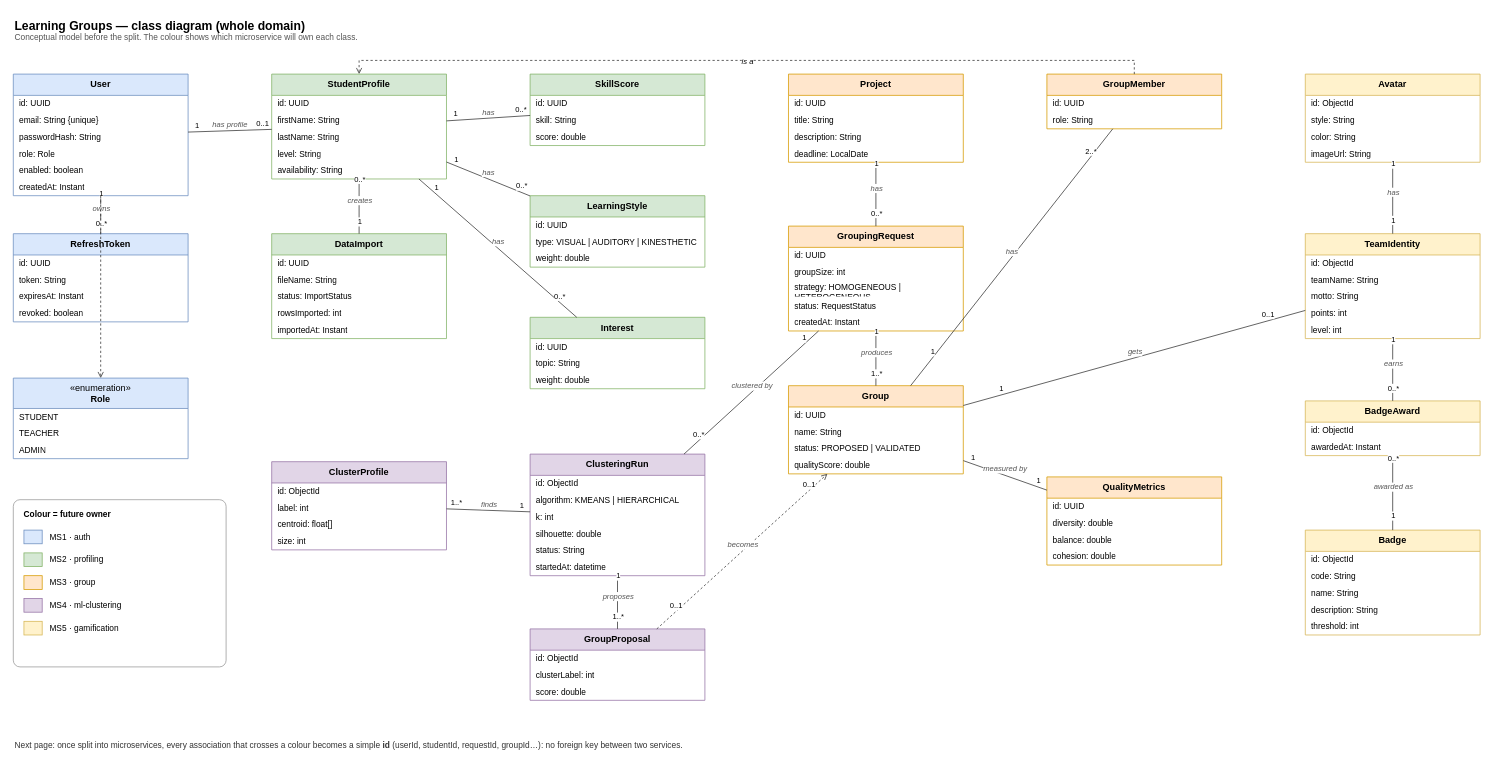
Before: page "class-diagram" (2 of 3) of Documentation/Diagrams/microservices/microservices.drawio in boshbosh2025/AGCP_4DAS_I10_G1, a draw.io diagram. Source tidied: cells renumbered, new cells numbered last; positions are measured from the earlier drawing's top-left corner, leaving out a move shared by most shapes. Both pictures are drawn from the tidied source at 76%, with x=0, y=0 at pixel (13, 13).
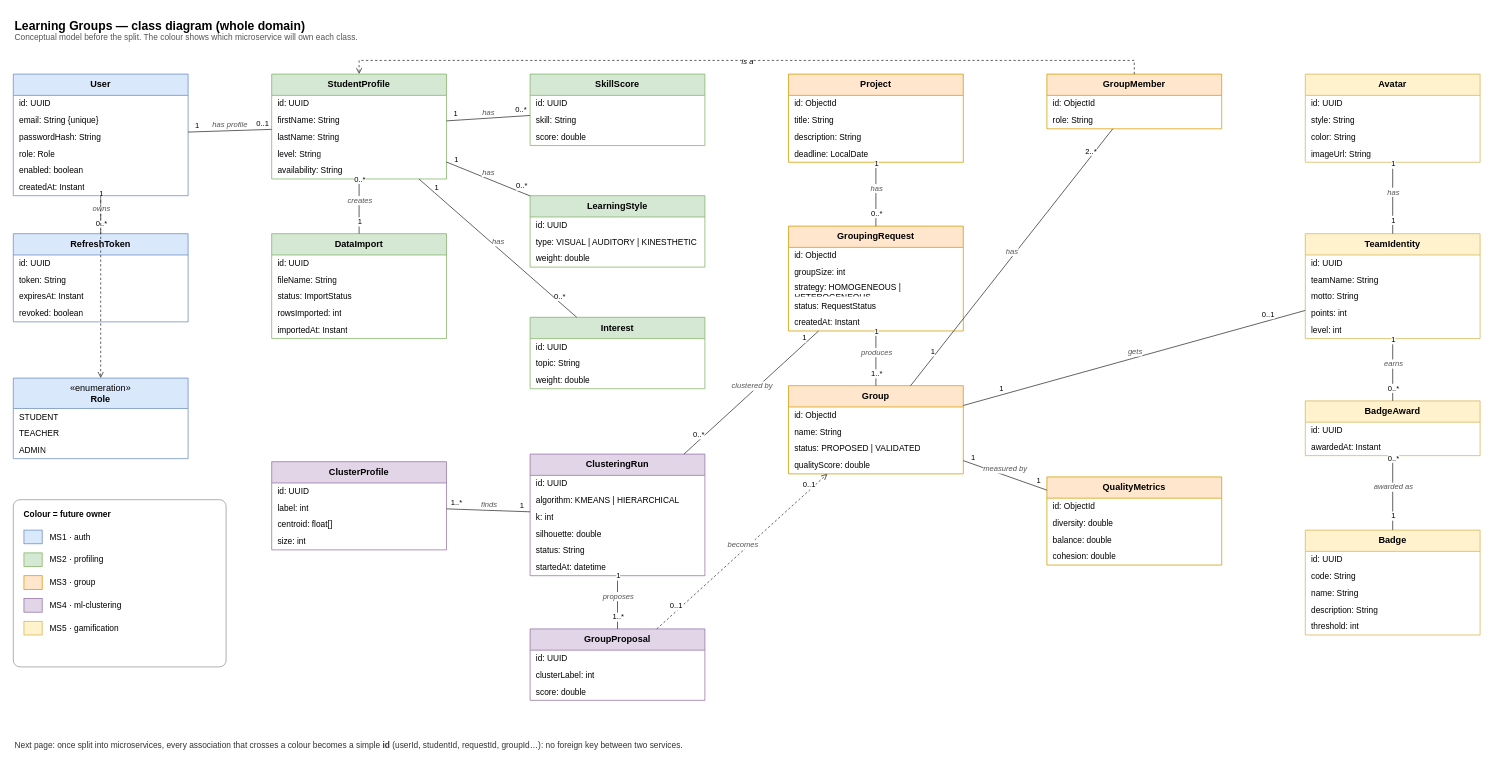
After the change.

Unchanged cells that the change refers to:
```xml
<mxCell id="43" value="&lt;b&gt;Project&lt;/b&gt;" style="swimlane;html=1;fontStyle=0;horizontal=1;startSize=28;whiteSpace=wrap;fillColor=#FFE6CC;strokeColor=#D79B00;fontColor=#000000;swimlaneFillColor=#FFFFFF;rounded=0;arcSize=4;fontSize=12;" parent="1" vertex="1">
  <mxGeometry x="1020" y="80" width="230" height="116" as="geometry" />
</mxCell>
<mxCell id="48" value="&lt;b&gt;GroupingRequest&lt;/b&gt;" style="swimlane;html=1;fontStyle=0;horizontal=1;startSize=28;whiteSpace=wrap;fillColor=#FFE6CC;strokeColor=#D79B00;fontColor=#000000;swimlaneFillColor=#FFFFFF;rounded=0;arcSize=4;fontSize=12;" parent="1" vertex="1">
  <mxGeometry x="1020" y="280" width="230" height="138" as="geometry" />
</mxCell>
<mxCell id="54" value="&lt;b&gt;Group&lt;/b&gt;" style="swimlane;html=1;fontStyle=0;horizontal=1;startSize=28;whiteSpace=wrap;fillColor=#FFE6CC;strokeColor=#D79B00;fontColor=#000000;swimlaneFillColor=#FFFFFF;rounded=0;arcSize=4;fontSize=12;" parent="1" vertex="1">
  <mxGeometry x="1020" y="490" width="230" height="116" as="geometry" />
</mxCell>
<mxCell id="59" value="&lt;b&gt;GroupMember&lt;/b&gt;" style="swimlane;html=1;fontStyle=0;horizontal=1;startSize=28;whiteSpace=wrap;fillColor=#FFE6CC;strokeColor=#D79B00;fontColor=#000000;swimlaneFillColor=#FFFFFF;rounded=0;arcSize=4;fontSize=12;" parent="1" vertex="1">
  <mxGeometry x="1360" y="80" width="230" height="72" as="geometry" />
</mxCell>
<mxCell id="62" value="&lt;b&gt;QualityMetrics&lt;/b&gt;" style="swimlane;html=1;fontStyle=0;horizontal=1;startSize=28;whiteSpace=wrap;fillColor=#FFE6CC;strokeColor=#D79B00;fontColor=#000000;swimlaneFillColor=#FFFFFF;rounded=0;arcSize=4;fontSize=12;" parent="1" vertex="1">
  <mxGeometry x="1360" y="610" width="230" height="116" as="geometry" />
</mxCell>
<mxCell id="67" value="&lt;b&gt;ClusteringRun&lt;/b&gt;" style="swimlane;html=1;fontStyle=0;horizontal=1;startSize=28;whiteSpace=wrap;fillColor=#E1D5E7;strokeColor=#9673A6;fontColor=#000000;swimlaneFillColor=#FFFFFF;rounded=0;arcSize=4;fontSize=12;" parent="1" vertex="1">
  <mxGeometry x="680" y="580" width="230" height="160" as="geometry" />
</mxCell>
<mxCell id="74" value="&lt;b&gt;ClusterProfile&lt;/b&gt;" style="swimlane;html=1;fontStyle=0;horizontal=1;startSize=28;whiteSpace=wrap;fillColor=#E1D5E7;strokeColor=#9673A6;fontColor=#000000;swimlaneFillColor=#FFFFFF;rounded=0;arcSize=4;fontSize=12;" parent="1" vertex="1">
  <mxGeometry x="340" y="590" width="230" height="116" as="geometry" />
</mxCell>
<mxCell id="79" value="&lt;b&gt;GroupProposal&lt;/b&gt;" style="swimlane;html=1;fontStyle=0;horizontal=1;startSize=28;whiteSpace=wrap;fillColor=#E1D5E7;strokeColor=#9673A6;fontColor=#000000;swimlaneFillColor=#FFFFFF;rounded=0;arcSize=4;fontSize=12;" parent="1" vertex="1">
  <mxGeometry x="680" y="810" width="230" height="94" as="geometry" />
</mxCell>
<mxCell id="83" value="&lt;b&gt;Avatar&lt;/b&gt;" style="swimlane;html=1;fontStyle=0;horizontal=1;startSize=28;whiteSpace=wrap;fillColor=#FFF2CC;strokeColor=#D6B656;fontColor=#000000;swimlaneFillColor=#FFFFFF;rounded=0;arcSize=4;fontSize=12;" parent="1" vertex="1">
  <mxGeometry x="1700" y="80" width="230" height="116" as="geometry" />
</mxCell>
<mxCell id="88" value="&lt;b&gt;TeamIdentity&lt;/b&gt;" style="swimlane;html=1;fontStyle=0;horizontal=1;startSize=28;whiteSpace=wrap;fillColor=#FFF2CC;strokeColor=#D6B656;fontColor=#000000;swimlaneFillColor=#FFFFFF;rounded=0;arcSize=4;fontSize=12;" parent="1" vertex="1">
  <mxGeometry x="1700" y="290" width="230" height="138" as="geometry" />
</mxCell>
<mxCell id="94" value="&lt;b&gt;BadgeAward&lt;/b&gt;" style="swimlane;html=1;fontStyle=0;horizontal=1;startSize=28;whiteSpace=wrap;fillColor=#FFF2CC;strokeColor=#D6B656;fontColor=#000000;swimlaneFillColor=#FFFFFF;rounded=0;arcSize=4;fontSize=12;" parent="1" vertex="1">
  <mxGeometry x="1700" y="510" width="230" height="72" as="geometry" />
</mxCell>
<mxCell id="97" value="&lt;b&gt;Badge&lt;/b&gt;" style="swimlane;html=1;fontStyle=0;horizontal=1;startSize=28;whiteSpace=wrap;fillColor=#FFF2CC;strokeColor=#D6B656;fontColor=#000000;swimlaneFillColor=#FFFFFF;rounded=0;arcSize=4;fontSize=12;" parent="1" vertex="1">
  <mxGeometry x="1700" y="680" width="230" height="138" as="geometry" />
</mxCell>
```

The edit, as a diff of the source:
```diff
@@
-    <mxCell id="44" value="id: UUID" style="text;html=1;strokeColor=none;fillColor=none;align=left;verticalAlign=middle;spacingLeft=6;spacingRight=4;overflow=hidden;whiteSpace=wrap;fontSize=11;fontFamily=Helvetica;" parent="43" vertex="1">
+    <mxCell id="44" value="id: ObjectId" style="text;html=1;strokeColor=none;fillColor=none;align=left;verticalAlign=middle;spacingLeft=6;spacingRight=4;overflow=hidden;whiteSpace=wrap;fontSize=11;fontFamily=Helvetica;" parent="43" vertex="1">
       <mxGeometry y="28" width="230" height="22" as="geometry" />
     </mxCell>
@@
-    <mxCell id="49" value="id: UUID" style="text;html=1;strokeColor=none;fillColor=none;align=left;verticalAlign=middle;spacingLeft=6;spacingRight=4;overflow=hidden;whiteSpace=wrap;fontSize=11;fontFamily=Helvetica;" parent="48" vertex="1">
+    <mxCell id="49" value="id: ObjectId" style="text;html=1;strokeColor=none;fillColor=none;align=left;verticalAlign=middle;spacingLeft=6;spacingRight=4;overflow=hidden;whiteSpace=wrap;fontSize=11;fontFamily=Helvetica;" parent="48" vertex="1">
       <mxGeometry y="28" width="230" height="22" as="geometry" />
     </mxCell>
@@
-    <mxCell id="55" value="id: UUID" style="text;html=1;strokeColor=none;fillColor=none;align=left;verticalAlign=middle;spacingLeft=6;spacingRight=4;overflow=hidden;whiteSpace=wrap;fontSize=11;fontFamily=Helvetica;" parent="54" vertex="1">
+    <mxCell id="55" value="id: ObjectId" style="text;html=1;strokeColor=none;fillColor=none;align=left;verticalAlign=middle;spacingLeft=6;spacingRight=4;overflow=hidden;whiteSpace=wrap;fontSize=11;fontFamily=Helvetica;" parent="54" vertex="1">
       <mxGeometry y="28" width="230" height="22" as="geometry" />
     </mxCell>
@@
-    <mxCell id="60" value="id: UUID" style="text;html=1;strokeColor=none;fillColor=none;align=left;verticalAlign=middle;spacingLeft=6;spacingRight=4;overflow=hidden;whiteSpace=wrap;fontSize=11;fontFamily=Helvetica;" parent="59" vertex="1">
+    <mxCell id="60" value="id: ObjectId" style="text;html=1;strokeColor=none;fillColor=none;align=left;verticalAlign=middle;spacingLeft=6;spacingRight=4;overflow=hidden;whiteSpace=wrap;fontSize=11;fontFamily=Helvetica;" parent="59" vertex="1">
       <mxGeometry y="28" width="230" height="22" as="geometry" />
     </mxCell>
@@
-    <mxCell id="63" value="id: UUID" style="text;html=1;strokeColor=none;fillColor=none;align=left;verticalAlign=middle;spacingLeft=6;spacingRight=4;overflow=hidden;whiteSpace=wrap;fontSize=11;fontFamily=Helvetica;" parent="62" vertex="1">
+    <mxCell id="63" value="id: ObjectId" style="text;html=1;strokeColor=none;fillColor=none;align=left;verticalAlign=middle;spacingLeft=6;spacingRight=4;overflow=hidden;whiteSpace=wrap;fontSize=11;fontFamily=Helvetica;" parent="62" vertex="1">
       <mxGeometry y="28" width="230" height="22" as="geometry" />
     </mxCell>
@@
-    <mxCell id="68" value="id: ObjectId" style="text;html=1;strokeColor=none;fillColor=none;align=left;verticalAlign=middle;spacingLeft=6;spacingRight=4;overflow=hidden;whiteSpace=wrap;fontSize=11;fontFamily=Helvetica;" parent="67" vertex="1">
+    <mxCell id="68" value="id: UUID" style="text;html=1;strokeColor=none;fillColor=none;align=left;verticalAlign=middle;spacingLeft=6;spacingRight=4;overflow=hidden;whiteSpace=wrap;fontSize=11;fontFamily=Helvetica;" parent="67" vertex="1">
       <mxGeometry y="28" width="230" height="22" as="geometry" />
     </mxCell>
@@
-    <mxCell id="75" value="id: ObjectId" style="text;html=1;strokeColor=none;fillColor=none;align=left;verticalAlign=middle;spacingLeft=6;spacingRight=4;overflow=hidden;whiteSpace=wrap;fontSize=11;fontFamily=Helvetica;" parent="74" vertex="1">
+    <mxCell id="75" value="id: UUID" style="text;html=1;strokeColor=none;fillColor=none;align=left;verticalAlign=middle;spacingLeft=6;spacingRight=4;overflow=hidden;whiteSpace=wrap;fontSize=11;fontFamily=Helvetica;" parent="74" vertex="1">
       <mxGeometry y="28" width="230" height="22" as="geometry" />
     </mxCell>
@@
-    <mxCell id="80" value="id: ObjectId" style="text;html=1;strokeColor=none;fillColor=none;align=left;verticalAlign=middle;spacingLeft=6;spacingRight=4;overflow=hidden;whiteSpace=wrap;fontSize=11;fontFamily=Helvetica;" parent="79" vertex="1">
+    <mxCell id="80" value="id: UUID" style="text;html=1;strokeColor=none;fillColor=none;align=left;verticalAlign=middle;spacingLeft=6;spacingRight=4;overflow=hidden;whiteSpace=wrap;fontSize=11;fontFamily=Helvetica;" parent="79" vertex="1">
       <mxGeometry y="28" width="230" height="22" as="geometry" />
     </mxCell>
@@
-    <mxCell id="84" value="id: ObjectId" style="text;html=1;strokeColor=none;fillColor=none;align=left;verticalAlign=middle;spacingLeft=6;spacingRight=4;overflow=hidden;whiteSpace=wrap;fontSize=11;fontFamily=Helvetica;" parent="83" vertex="1">
+    <mxCell id="84" value="id: UUID" style="text;html=1;strokeColor=none;fillColor=none;align=left;verticalAlign=middle;spacingLeft=6;spacingRight=4;overflow=hidden;whiteSpace=wrap;fontSize=11;fontFamily=Helvetica;" parent="83" vertex="1">
       <mxGeometry y="28" width="230" height="22" as="geometry" />
     </mxCell>
@@
-    <mxCell id="89" value="id: ObjectId" style="text;html=1;strokeColor=none;fillColor=none;align=left;verticalAlign=middle;spacingLeft=6;spacingRight=4;overflow=hidden;whiteSpace=wrap;fontSize=11;fontFamily=Helvetica;" parent="88" vertex="1">
+    <mxCell id="89" value="id: UUID" style="text;html=1;strokeColor=none;fillColor=none;align=left;verticalAlign=middle;spacingLeft=6;spacingRight=4;overflow=hidden;whiteSpace=wrap;fontSize=11;fontFamily=Helvetica;" parent="88" vertex="1">
       <mxGeometry y="28" width="230" height="22" as="geometry" />
     </mxCell>
@@
-    <mxCell id="95" value="id: ObjectId" style="text;html=1;strokeColor=none;fillColor=none;align=left;verticalAlign=middle;spacingLeft=6;spacingRight=4;overflow=hidden;whiteSpace=wrap;fontSize=11;fontFamily=Helvetica;" parent="94" vertex="1">
+    <mxCell id="95" value="id: UUID" style="text;html=1;strokeColor=none;fillColor=none;align=left;verticalAlign=middle;spacingLeft=6;spacingRight=4;overflow=hidden;whiteSpace=wrap;fontSize=11;fontFamily=Helvetica;" parent="94" vertex="1">
       <mxGeometry y="28" width="230" height="22" as="geometry" />
     </mxCell>
@@
-    <mxCell id="98" value="id: ObjectId" style="text;html=1;strokeColor=none;fillColor=none;align=left;verticalAlign=middle;spacingLeft=6;spacingRight=4;overflow=hidden;whiteSpace=wrap;fontSize=11;fontFamily=Helvetica;" parent="97" vertex="1">
+    <mxCell id="98" value="id: UUID" style="text;html=1;strokeColor=none;fillColor=none;align=left;verticalAlign=middle;spacingLeft=6;spacingRight=4;overflow=hidden;whiteSpace=wrap;fontSize=11;fontFamily=Helvetica;" parent="97" vertex="1">
       <mxGeometry y="28" width="230" height="22" as="geometry" />
     </mxCell>
```
